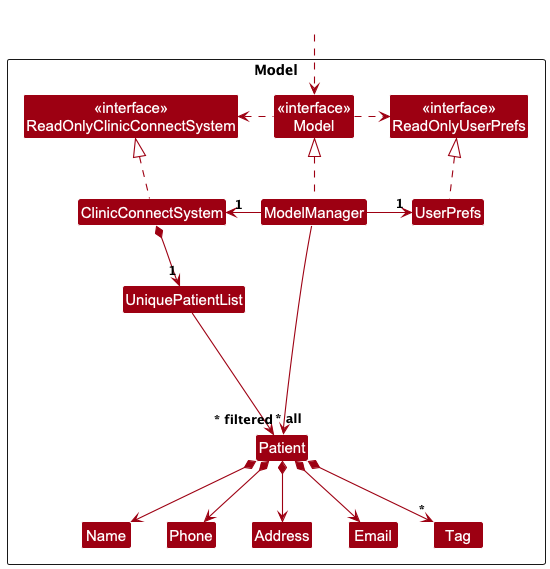
Earlier version of the PlantUML export docs/images/ModelClassDiagram.png (nus-cs2103-AY2425S1/tp).
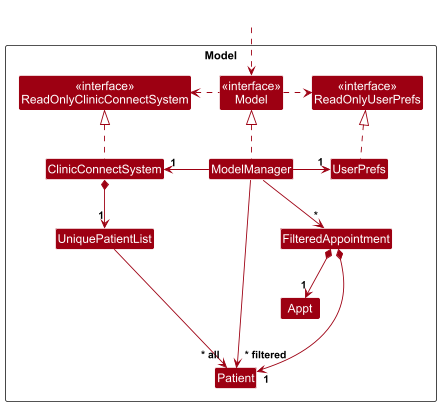
After the commit.

Commit message:
Update model architecture

Diff of the diagram source:
```diff
@@ -14,11 +14,8 @@
 
 Class UniquePatientList
 Class Patient
-Class Address
-Class Email
-Class Name
-Class Phone
-Class Tag
+Class FilteredAppointment
+Class Appt
 
 Class I #FFFFFF
 }
@@ -33,22 +30,17 @@
 Model .left.> ReadOnlyClinicConnectSystem
 ModelManager -left-> "1" ClinicConnectSystem
 ModelManager -right-> "1" UserPrefs
+ModelManager -down-> "*" FilteredAppointment
 UserPrefs .up.|> ReadOnlyUserPrefs
 
 ClinicConnectSystem *--> "1" UniquePatientList
+FilteredAppointment *--> "1" Appt
+FilteredAppointment *--> "1" Patient
 UniquePatientList --> "~* all" Patient
-Patient *--> Name
-Patient *--> Phone
-Patient *--> Email
-Patient *--> Address
-Patient *--> "*" Tag
 
 Patient -[hidden]up--> I
 UniquePatientList -[hidden]right-> I
 
-Name -[hidden]right-> Phone
-Phone -[hidden]right-> Address
-Address -[hidden]right-> Email
 
 ModelManager --> "~* filtered" Patient
 @enduml
```
